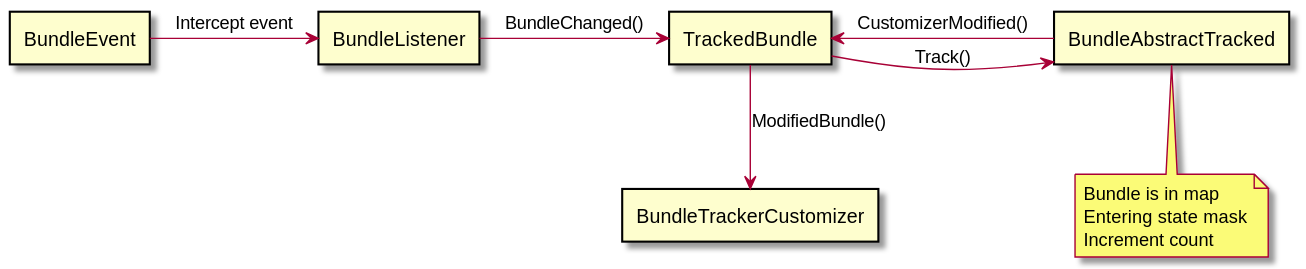
Earlier version of the PlantUML export text/0009-BundleTracker-integration/modbundle_diagram.svg (CppMicroServices/rfcs). Source of this version:
```plantuml
@startuml modbundle_diagram

rectangle "BundleEvent" as BE
rectangle "BundleListener" as BL
rectangle "TrackedBundle" as TB
rectangle "BundleAbstractTracked" as BAT
rectangle "BundleTrackerCustomizer" as BTC

BE -> BL : Intercept event
BL -> TB : BundleChanged()
TB -> BAT : Track()
TB <- BAT: CustomizerModified()
TB -d-> BTC : ModifiedBundle()

note bottom of BAT : Bundle is in map\nEntering state mask\nIncrement count

@enduml
```
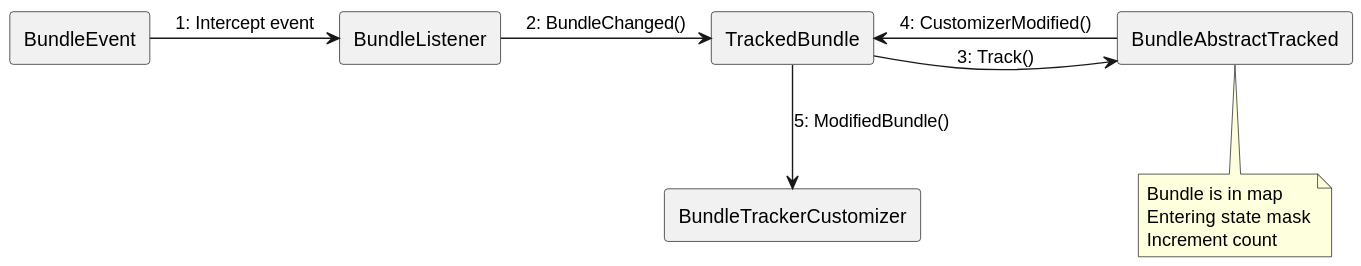
Later version of the same file.

What changed in the source:
```diff
@@ -6,11 +6,11 @@
 rectangle "BundleAbstractTracked" as BAT
 rectangle "BundleTrackerCustomizer" as BTC
 
-BE -> BL : Intercept event
-BL -> TB : BundleChanged()
-TB -> BAT : Track()
-TB <- BAT: CustomizerModified()
-TB -d-> BTC : ModifiedBundle()
+BE -> BL : 1: Intercept event
+BL -> TB : 2: BundleChanged()
+TB -> BAT : 3: Track()
+TB <- BAT: 4: CustomizerModified()
+TB -d-> BTC : 5: ModifiedBundle()
 
 note bottom of BAT : Bundle is in map\nEntering state mask\nIncrement count
 
```
